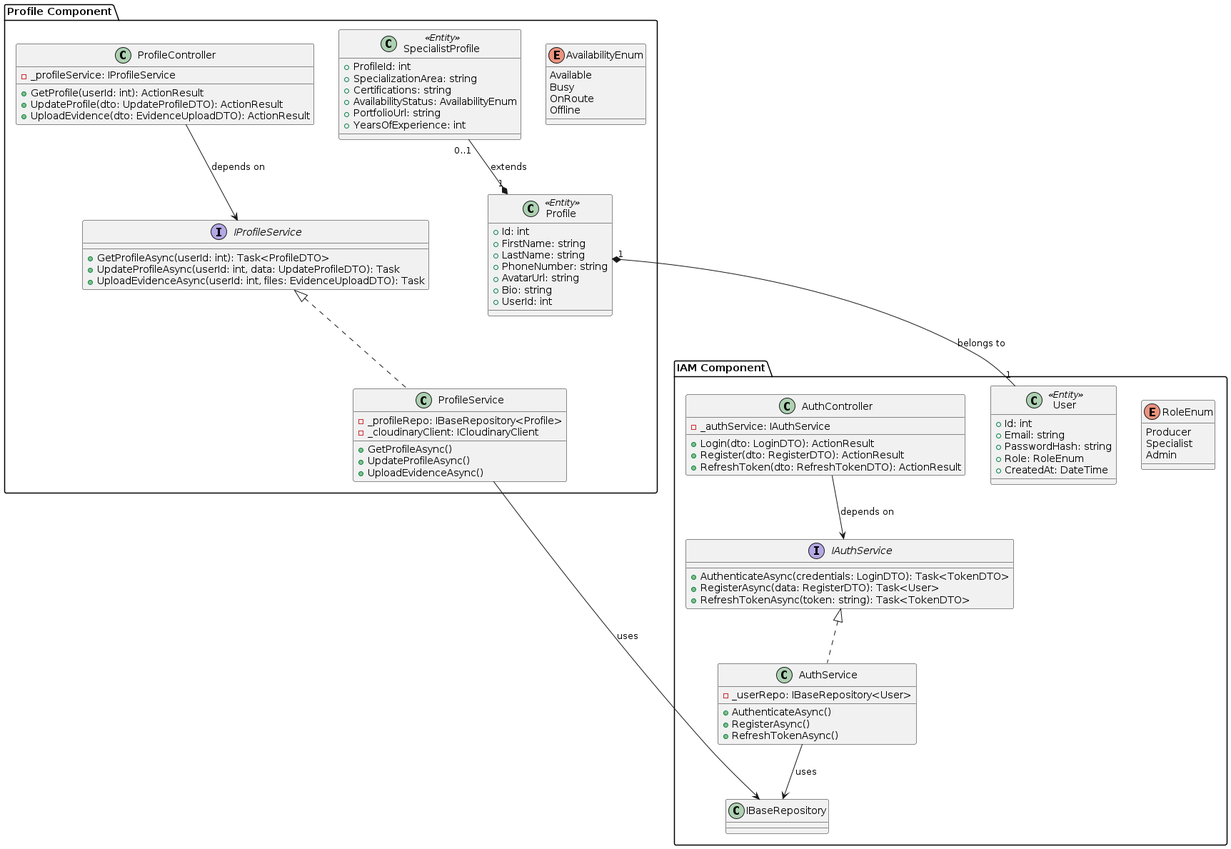
The PlantUML diagram report/assets/class-diagrams/iam-and-profile-components-diagram.png in upc-pre-1asi0729-11848-arcadiadevs/viora-report, before a commit. Its diagram source:
```plantuml
@startuml
package "IAM Component" {
    class AuthController {
        - _authService: IAuthService
        + Login(dto: LoginDTO): ActionResult
        + Register(dto: RegisterDTO): ActionResult
        + RefreshToken(dto: RefreshTokenDTO): ActionResult
    }

    interface IAuthService {
        + AuthenticateAsync(credentials: LoginDTO): Task<TokenDTO>
        + RegisterAsync(data: RegisterDTO): Task<User>
        + RefreshTokenAsync(token: string): Task<TokenDTO>
    }

    class AuthService {
        - _userRepo: IBaseRepository<User>
        + AuthenticateAsync()
        + RegisterAsync()
        + RefreshTokenAsync()
    }

    class User <<Entity>> {
        + Id: int
        + Email: string
        + PasswordHash: string
        + Role: RoleEnum
        + CreatedAt: DateTime
    }

    enum RoleEnum {
        Producer
        Specialist
        Admin
    }

    IAuthService <|.. AuthService
    AuthService --> IBaseRepository : uses
}

package "Profile Component" {
    class ProfileController {
        - _profileService: IProfileService
        + GetProfile(userId: int): ActionResult
        + UpdateProfile(dto: UpdateProfileDTO): ActionResult
        + UploadEvidence(dto: EvidenceUploadDTO): ActionResult
    }

    interface IProfileService {
        + GetProfileAsync(userId: int): Task<ProfileDTO>
        + UpdateProfileAsync(userId: int, data: UpdateProfileDTO): Task
        + UploadEvidenceAsync(userId: int, files: EvidenceUploadDTO): Task
    }

    class ProfileService {
        - _profileRepo: IBaseRepository<Profile>
        - _cloudinaryClient: ICloudinaryClient
        + GetProfileAsync()
        + UpdateProfileAsync()
        + UploadEvidenceAsync()
    }

    class Profile <<Entity>> {
        + Id: int
        + FirstName: string
        + LastName: string
        + PhoneNumber: string
        + AvatarUrl: string
        + Bio: string
        + UserId: int
    }

    class SpecialistProfile <<Entity>> {
        + ProfileId: int
        + SpecializationArea: string
        + Certifications: string
        + AvailabilityStatus: AvailabilityEnum
        + PortfolioUrl: string
        + YearsOfExperience: int
    }

    enum AvailabilityEnum {
        Available
        Busy
        OnRoute
        Offline
    }

    IProfileService <|.. ProfileService
    ProfileService --> IBaseRepository : uses
    Profile "1" *-- "1" User : belongs to
    SpecialistProfile "0..1" --* "1" Profile : extends
}

AuthController --> IAuthService : depends on
ProfileController --> IProfileService : depends on
@enduml
```
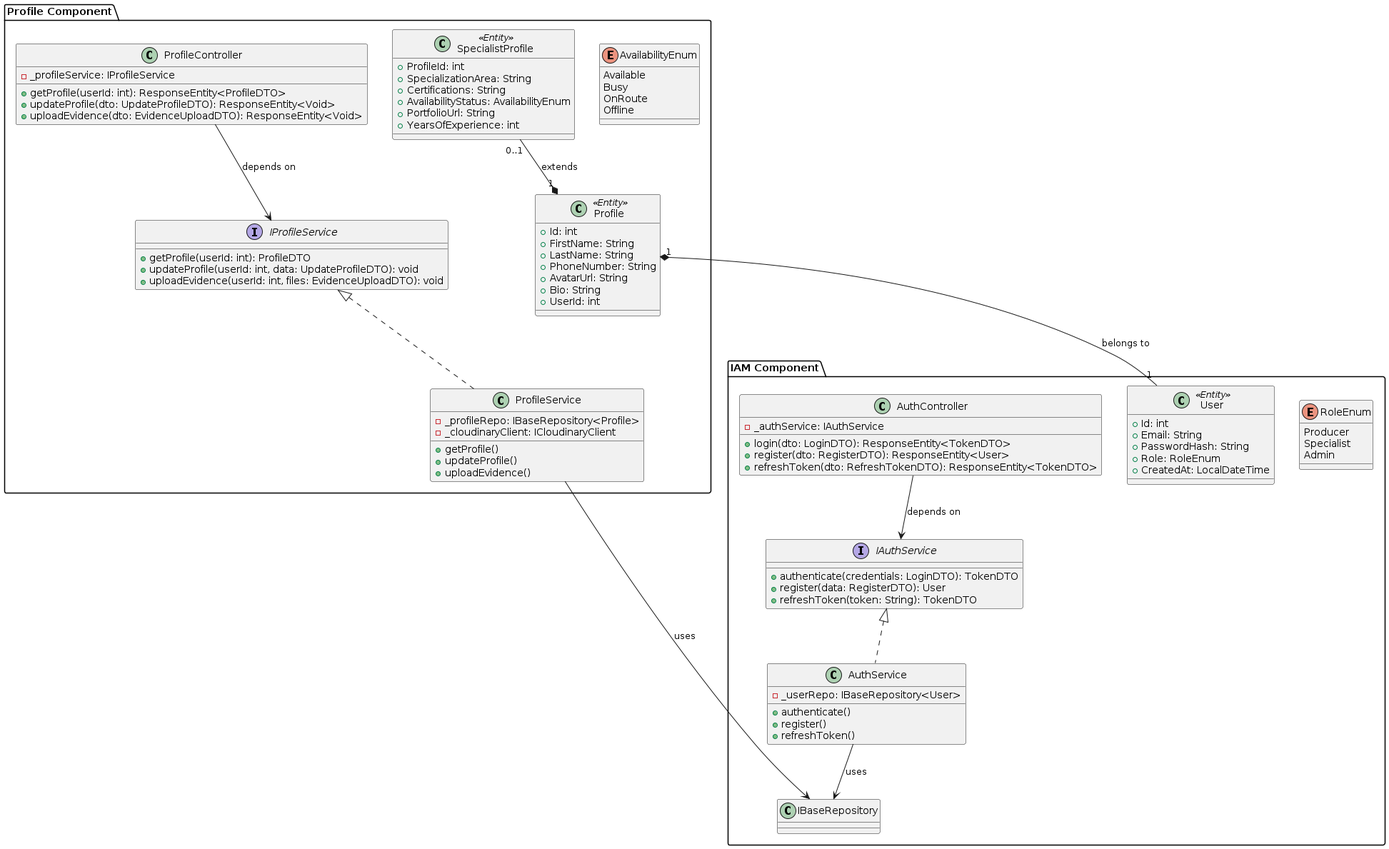
Later version of the same file.

Diff of the diagram source:
```diff
@@ -2,30 +2,30 @@
 package "IAM Component" {
     class AuthController {
         - _authService: IAuthService
-        + Login(dto: LoginDTO): ActionResult
-        + Register(dto: RegisterDTO): ActionResult
-        + RefreshToken(dto: RefreshTokenDTO): ActionResult
+        + login(dto: LoginDTO): ResponseEntity<TokenDTO>
+        + register(dto: RegisterDTO): ResponseEntity<User>
+        + refreshToken(dto: RefreshTokenDTO): ResponseEntity<TokenDTO>
     }
 
     interface IAuthService {
-        + AuthenticateAsync(credentials: LoginDTO): Task<TokenDTO>
-        + RegisterAsync(data: RegisterDTO): Task<User>
-        + RefreshTokenAsync(token: string): Task<TokenDTO>
+        + authenticate(credentials: LoginDTO): TokenDTO
+        + register(data: RegisterDTO): User
+        + refreshToken(token: String): TokenDTO
     }
 
     class AuthService {
         - _userRepo: IBaseRepository<User>
-        + AuthenticateAsync()
-        + RegisterAsync()
-        + RefreshTokenAsync()
+        + authenticate()
+        + register()
+        + refreshToken()
     }
 
     class User <<Entity>> {
         + Id: int
-        + Email: string
-        + PasswordHash: string
+        + Email: String
+        + PasswordHash: String
         + Role: RoleEnum
-        + CreatedAt: DateTime
+        + CreatedAt: LocalDateTime
     }
 
     enum RoleEnum {
@@ -41,41 +41,41 @@
 package "Profile Component" {
     class ProfileController {
         - _profileService: IProfileService
-        + GetProfile(userId: int): ActionResult
-        + UpdateProfile(dto: UpdateProfileDTO): ActionResult
-        + UploadEvidence(dto: EvidenceUploadDTO): ActionResult
+        + getProfile(userId: int): ResponseEntity<ProfileDTO>
+        + updateProfile(dto: UpdateProfileDTO): ResponseEntity<Void>
+        + uploadEvidence(dto: EvidenceUploadDTO): ResponseEntity<Void>
     }
 
     interface IProfileService {
-        + GetProfileAsync(userId: int): Task<ProfileDTO>
-        + UpdateProfileAsync(userId: int, data: UpdateProfileDTO): Task
-        + UploadEvidenceAsync(userId: int, files: EvidenceUploadDTO): Task
+        + getProfile(userId: int): ProfileDTO
+        + updateProfile(userId: int, data: UpdateProfileDTO): void
+        + uploadEvidence(userId: int, files: EvidenceUploadDTO): void
     }
 
     class ProfileService {
         - _profileRepo: IBaseRepository<Profile>
         - _cloudinaryClient: ICloudinaryClient
-        + GetProfileAsync()
-        + UpdateProfileAsync()
-        + UploadEvidenceAsync()
+        + getProfile()
+        + updateProfile()
+        + uploadEvidence()
     }
 
     class Profile <<Entity>> {
         + Id: int
-        + FirstName: string
-        + LastName: string
-        + PhoneNumber: string
-        + AvatarUrl: string
-        + Bio: string
+        + FirstName: String
+        + LastName: String
+        + PhoneNumber: String
+        + AvatarUrl: String
+        + Bio: String
         + UserId: int
     }
 
     class SpecialistProfile <<Entity>> {
         + ProfileId: int
-        + SpecializationArea: string
-        + Certifications: string
+        + SpecializationArea: String
+        + Certifications: String
         + AvailabilityStatus: AvailabilityEnum
-        + PortfolioUrl: string
+        + PortfolioUrl: String
         + YearsOfExperience: int
     }
 
```
